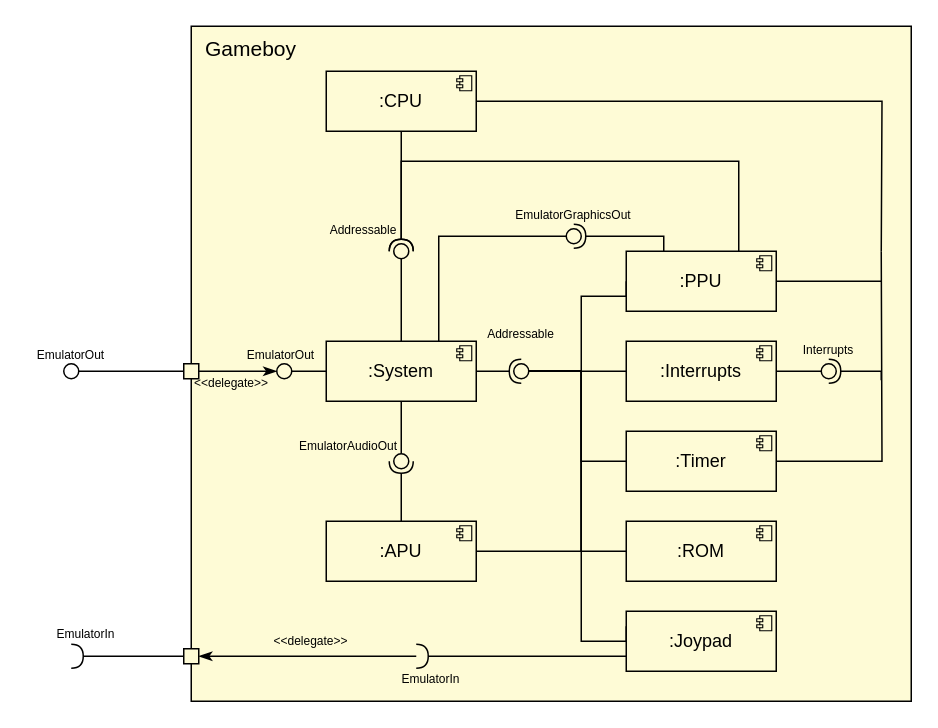
Before: report/diagrams/emulator-comp-diagram.drawio in N1ark/gbc-emulator, a draw.io diagram. Source tidied: cells renumbered, new cells numbered last; positions are measured from the earlier drawing's top-left corner, leaving out a move shared by most shapes. Both pictures are drawn from the tidied source at 150%, with x=0, y=0 at pixel (26, 26).
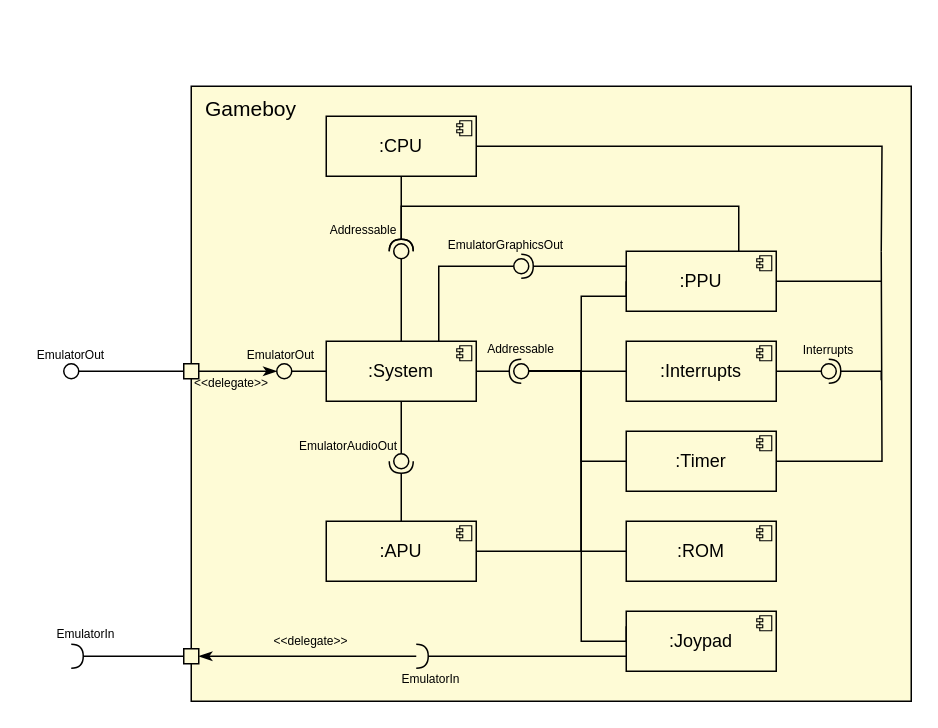
The same diagram, later.

Unchanged cells that the change refers to:
```xml
<mxCell id="3" value=":System" style="rounded=0;whiteSpace=wrap;html=1;fontFamily=CMU Serif;fillColor=#FEFBD6;" parent="1" vertex="1">
  <mxGeometry x="200" y="210" width="100" height="40" as="geometry" />
</mxCell>
<mxCell id="9" value=":PPU" style="rounded=0;whiteSpace=wrap;html=1;fontFamily=CMU Serif;fillColor=#FEFBD6;" parent="1" vertex="1">
  <mxGeometry x="400" y="150" width="100" height="40" as="geometry" />
</mxCell>
```

Diff of the diagram source:
```diff
@@
     <mxCell id="2" style="rounded=0;whiteSpace=wrap;html=1;align=left;verticalAlign=top;fillColor=#FEFBD6;" parent="1" vertex="1">
-      <mxGeometry x="110" width="480" height="450" as="geometry" />
+      <mxGeometry x="110" y="40" width="480" height="410" as="geometry" />
     </mxCell>
@@
     <mxCell id="5" value=":CPU" style="rounded=0;whiteSpace=wrap;html=1;fontFamily=CMU Serif;fillColor=#FEFBD6;" parent="1" vertex="1">
-      <mxGeometry x="200" y="30" width="100" height="40" as="geometry" />
+      <mxGeometry x="200" y="60" width="100" height="40" as="geometry" />
     </mxCell>
@@
     <mxCell id="20" value="Addressable" style="text;html=1;strokeColor=none;fillColor=none;align=center;verticalAlign=middle;whiteSpace=wrap;rounded=0;fontSize=8;fontFamily=CMU Serif;" parent="1" vertex="1">
-      <mxGeometry x="300" y="200" width="60" height="10" as="geometry" />
+      <mxGeometry x="300" y="210" width="60" height="10" as="geometry" />
     </mxCell>
@@
     <mxCell id="23" style="rounded=0;jettySize=auto;html=1;endArrow=none;endFill=0;sketch=0;sourcePerimeterSpacing=0;targetPerimeterSpacing=0;exitX=0.75;exitY=0;exitDx=0;exitDy=0;edgeStyle=orthogonalEdgeStyle;fontFamily=CMU Serif;" parent="1" edge="1" source="3" target="25">
       <mxGeometry relative="1" as="geometry">
         <Array as="points">
-          <mxPoint x="275" y="140" />
+          <mxPoint x="275" y="160" />
         </Array>
       </mxGeometry>
     </mxCell>
-    <mxCell id="24" style="rounded=0;jettySize=auto;html=1;endArrow=halfCircle;endFill=0;entryX=0.5;entryY=0.5;endSize=6;strokeWidth=1;sketch=0;exitX=0.25;exitY=0;exitDx=0;exitDy=0;jumpStyle=arc;fontFamily=CMU Serif;" parent="1" edge="1" source="9" target="25">
+    <mxCell id="24" style="rounded=0;jettySize=auto;html=1;endArrow=halfCircle;endFill=0;entryX=0.5;entryY=0.5;endSize=6;strokeWidth=1;sketch=0;exitX=0;exitY=0.25;exitDx=0;exitDy=0;jumpStyle=arc;fontFamily=CMU Serif;edgeStyle=orthogonalEdgeStyle;" parent="1" edge="1" source="9" target="25">
       <mxGeometry relative="1" as="geometry">
         <Array as="points">
-          <mxPoint x="425" y="140" />
+          <mxPoint x="350" y="160" />
+          <mxPoint x="350" y="160" />
         </Array>
       </mxGeometry>
     </mxCell>
     <mxCell id="25" style="ellipse;whiteSpace=wrap;html=1;align=center;points=[];outlineConnect=0;sketch=0;fontFamily=CMU Serif;fillColor=#FEFBD6;" parent="1" vertex="1">
-      <mxGeometry x="360" y="135" width="10" height="10" as="geometry" />
+      <mxGeometry x="325" y="155" width="10" height="10" as="geometry" />
     </mxCell>
@@
     <mxCell id="44" value="EmulatorGraphicsOut" style="text;html=1;strokeColor=none;fillColor=none;align=center;verticalAlign=middle;whiteSpace=wrap;rounded=0;fontSize=8;fontFamily=CMU Serif;" parent="1" vertex="1">
-      <mxGeometry x="335" y="121" width="60" height="10" as="geometry" />
+      <mxGeometry x="290" y="141" width="60" height="10" as="geometry" />
     </mxCell>
@@
     <mxCell id="46" style="rounded=0;jettySize=auto;html=1;endArrow=halfCircle;endFill=0;endSize=6;strokeWidth=1;sketch=0;exitX=0.75;exitY=0;exitDx=0;exitDy=0;edgeStyle=orthogonalEdgeStyle;fontFamily=CMU Serif;" parent="1" edge="1" source="9">
       <mxGeometry relative="1" as="geometry">
         <mxPoint x="250" y="150" as="targetPoint" />
         <Array as="points">
-          <mxPoint x="475" y="90" />
-          <mxPoint x="250" y="90" />
+          <mxPoint x="475" y="120" />
+          <mxPoint x="250" y="120" />
         </Array>
       </mxGeometry>
     </mxCell>
@@
     <mxCell id="56" value="Gameboy" style="text;html=1;strokeColor=none;fillColor=none;align=center;verticalAlign=middle;whiteSpace=wrap;rounded=0;fontSize=14;fontFamily=CMU Serif;" parent="1" vertex="1">
-      <mxGeometry x="110" width="80" height="30" as="geometry" />
+      <mxGeometry x="110" y="40" width="80" height="30" as="geometry" />
     </mxCell>
@@
     <mxCell id="64" style="shape=module;jettyWidth=4;jettyHeight=2;strokeWidth=0.75;fillColor=none;" parent="1" vertex="1">
-      <mxGeometry x="287" y="33" width="10" height="10" as="geometry" />
+      <mxGeometry x="287" y="63" width="10" height="10" as="geometry" />
     </mxCell>
```
